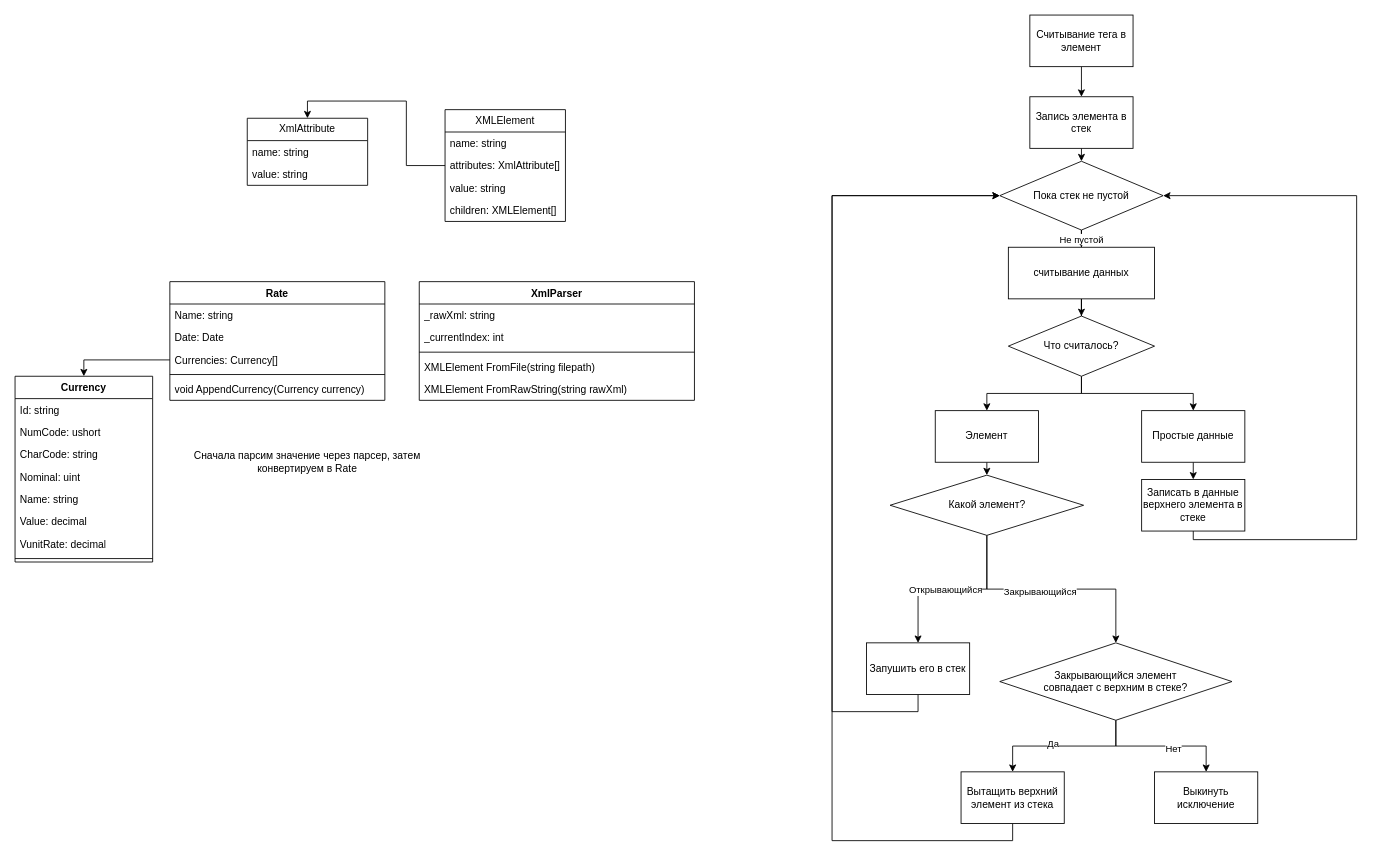
The draw.io diagram Cbr/docs/CbrArchitecture.drawio in alozhka/TLOnboarding, before the edit. Source tidied: cells renumbered, new cells numbered last; positions are measured from the earlier drawing's top-left corner, leaving out a move shared by most shapes. Both pictures are drawn from the tidied source at 86%, with x=0, y=0 at pixel (15, 15).
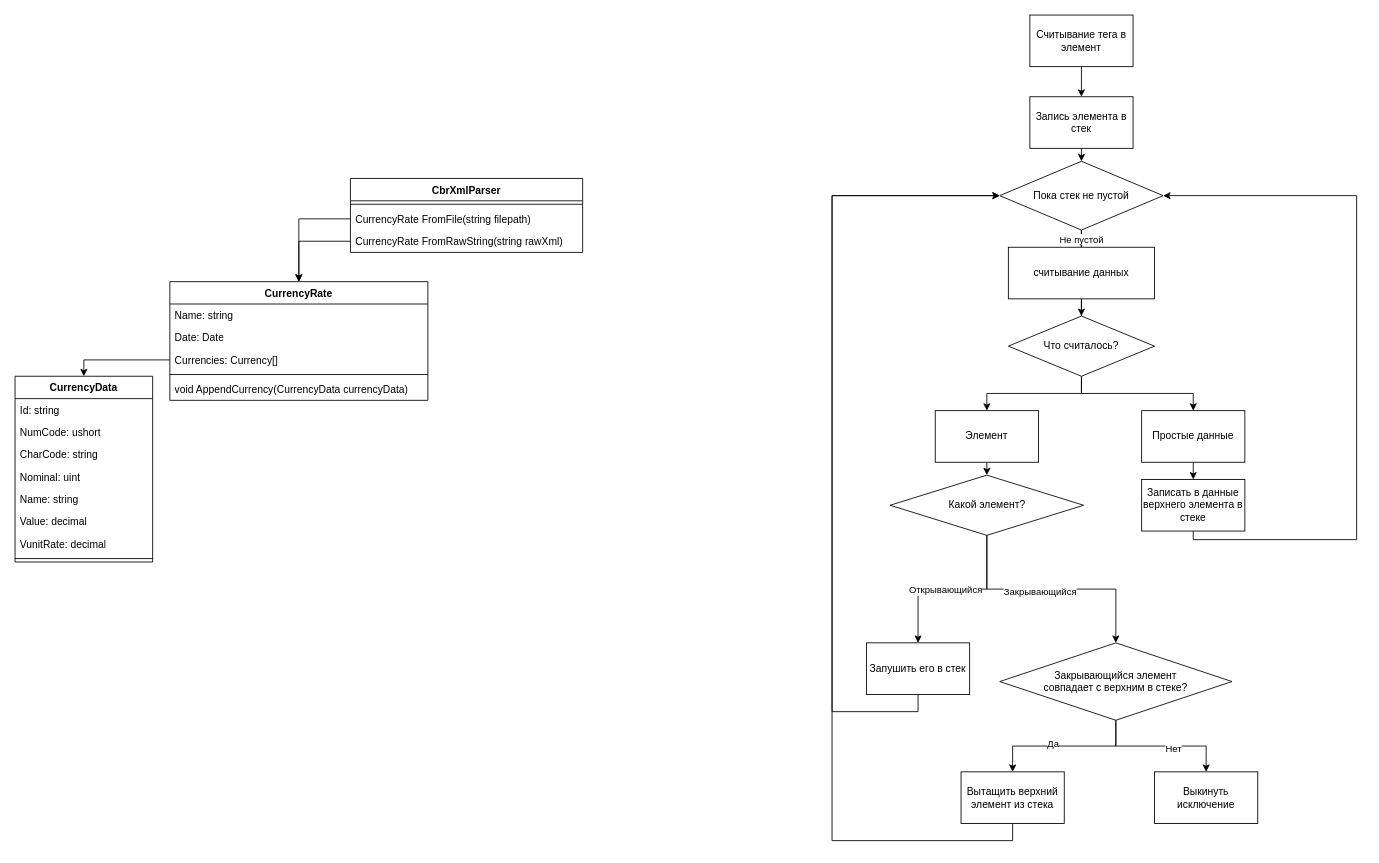
After the change.

Commit message (it also covers changes not shown here):
Сделал парсинг xml и конвертацию в CurrencyRate

What changed in the source:
```diff
@@
-    <mxCell id="2" value="Currency" style="swimlane;fontStyle=1;align=center;verticalAlign=top;horizontal=1;startSize=26;whiteSpace=wrap;html=1;" parent="1" vertex="1">
+    <mxCell id="2" value="CurrencyData" style="swimlane;fontStyle=1;align=center;verticalAlign=top;horizontal=1;startSize=26;whiteSpace=wrap;html=1;" parent="1" vertex="1">
       <mxGeometry y="420" width="160" height="216" as="geometry" />
     </mxCell>
@@
-    <mxCell id="11" value="Rate" style="swimlane;fontStyle=1;align=center;verticalAlign=top;horizontal=1;startSize=26;whiteSpace=wrap;html=1;" parent="1" vertex="1">
-      <mxGeometry x="180" y="310" width="250" height="138" as="geometry" />
+    <mxCell id="11" value="CurrencyRate" style="swimlane;fontStyle=1;align=center;verticalAlign=top;horizontal=1;startSize=26;whiteSpace=wrap;html=1;" parent="1" vertex="1">
+      <mxGeometry x="180" y="310" width="300" height="138" as="geometry" />
     </mxCell>
     <mxCell id="12" value="Name: string" style="text;strokeColor=none;fillColor=none;align=left;verticalAlign=top;spacingLeft=4;spacingRight=4;overflow=hidden;whiteSpace=wrap;html=1;" parent="11" vertex="1">
-      <mxGeometry y="26" width="250" height="26" as="geometry" />
+      <mxGeometry y="26" width="300" height="26" as="geometry" />
     </mxCell>
     <mxCell id="13" value="Date: Date" style="text;strokeColor=none;fillColor=none;align=left;verticalAlign=top;spacingLeft=4;spacingRight=4;overflow=hidden;whiteSpace=wrap;html=1;" parent="11" vertex="1">
-      <mxGeometry y="52" width="250" height="26" as="geometry" />
+      <mxGeometry y="52" width="300" height="26" as="geometry" />
     </mxCell>
     <mxCell id="14" value="Currencies: Currency[]" style="text;strokeColor=none;fillColor=none;align=left;verticalAlign=top;spacingLeft=4;spacingRight=4;overflow=hidden;points=[[0,0.5],[1,0.5]];portConstraint=eastwest;whiteSpace=wrap;html=1;" parent="11" vertex="1">
-      <mxGeometry y="78" width="250" height="26" as="geometry" />
+      <mxGeometry y="78" width="300" height="26" as="geometry" />
     </mxCell>
     <mxCell id="15" style="line;strokeWidth=1;fillColor=none;align=left;verticalAlign=middle;spacingTop=-1;spacingLeft=3;spacingRight=3;labelPosition=right;strokeColor=inherit;" parent="11" vertex="1">
-      <mxGeometry y="104" width="250" height="8" as="geometry" />
+      <mxGeometry y="104" width="300" height="8" as="geometry" />
     </mxCell>
-    <mxCell id="16" value="void AppendCurrency(Currency currency)" style="text;strokeColor=none;fillColor=none;align=left;verticalAlign=top;spacingLeft=4;spacingRight=4;overflow=hidden;whiteSpace=wrap;html=1;" parent="11" vertex="1">
-      <mxGeometry y="112" width="250" height="26" as="geometry" />
+    <mxCell id="16" value="void AppendCurrency(CurrencyData currencyData)" style="text;strokeColor=none;fillColor=none;align=left;verticalAlign=top;spacingLeft=4;spacingRight=4;overflow=hidden;whiteSpace=wrap;html=1;" parent="11" vertex="1">
+      <mxGeometry y="112" width="300" height="26" as="geometry" />
     </mxCell>
@@
-    <mxCell id="18" value="XmlParser" style="swimlane;fontStyle=1;align=center;verticalAlign=top;horizontal=1;startSize=26;whiteSpace=wrap;html=1;" parent="1" vertex="1">
-      <mxGeometry x="470" y="310" width="320" height="138" as="geometry" />
-    </mxCell>
-    <mxCell id="19" value="_rawXml: string" style="text;strokeColor=none;fillColor=none;align=left;verticalAlign=top;spacingLeft=4;spacingRight=4;overflow=hidden;whiteSpace=wrap;html=1;" parent="18" vertex="1">
-      <mxGeometry y="26" width="320" height="26" as="geometry" />
-    </mxCell>
-    <mxCell id="20" value="_currentIndex: int" style="text;strokeColor=none;fillColor=none;align=left;verticalAlign=top;spacingLeft=4;spacingRight=4;overflow=hidden;whiteSpace=wrap;html=1;" parent="18" vertex="1">
-      <mxGeometry y="52" width="320" height="26" as="geometry" />
-    </mxCell>
-    <mxCell id="21" style="line;strokeWidth=1;fillColor=none;align=left;verticalAlign=middle;spacingTop=-1;spacingLeft=3;spacingRight=3;labelPosition=right;strokeColor=inherit;" parent="18" vertex="1">
-      <mxGeometry y="78" width="320" height="8" as="geometry" />
-    </mxCell>
-    <mxCell id="22" value="XMLElement FromFile(string filepath)" style="text;strokeColor=none;fillColor=none;align=left;verticalAlign=top;spacingLeft=4;spacingRight=4;overflow=hidden;whiteSpace=wrap;html=1;" parent="18" vertex="1">
-      <mxGeometry y="86" width="320" height="26" as="geometry" />
-    </mxCell>
-    <mxCell id="23" value="XMLElement&amp;nbsp;FromRawString(string rawXml)&lt;span style=&quot;white-space: pre;&quot;&gt;&#9;&lt;/span&gt;" style="text;strokeColor=none;fillColor=none;align=left;verticalAlign=top;spacingLeft=4;spacingRight=4;overflow=hidden;whiteSpace=wrap;html=1;" parent="18" vertex="1">
-      <mxGeometry y="112" width="320" height="26" as="geometry" />
-    </mxCell>
-    <mxCell id="24" value="XMLElement" style="swimlane;fontStyle=0;horizontal=1;startSize=26;fillColor=none;whiteSpace=wrap;html=1;" parent="1" vertex="1">
-      <mxGeometry x="500" y="110" width="140" height="130" as="geometry" />
-    </mxCell>
-    <mxCell id="25" value="name: string" style="text;strokeColor=none;fillColor=none;align=left;verticalAlign=top;spacingLeft=4;spacingRight=4;overflow=hidden;whiteSpace=wrap;html=1;" parent="24" vertex="1">
-      <mxGeometry y="26" width="140" height="26" as="geometry" />
-    </mxCell>
-    <mxCell id="26" value="attributes: XmlAttribute[]" style="text;strokeColor=none;fillColor=none;align=left;verticalAlign=top;spacingLeft=4;spacingRight=4;overflow=hidden;points=[[0,0.5],[1,0.5]];portConstraint=eastwest;whiteSpace=wrap;html=1;" parent="24" vertex="1">
-      <mxGeometry y="52" width="140" height="26" as="geometry" />
-    </mxCell>
-    <mxCell id="27" value="value: string" style="text;strokeColor=none;fillColor=none;align=left;verticalAlign=top;spacingLeft=4;spacingRight=4;overflow=hidden;whiteSpace=wrap;html=1;" parent="24" vertex="1">
-      <mxGeometry y="78" width="140" height="26" as="geometry" />
-    </mxCell>
-    <mxCell id="28" value="children: XMLElement[]" style="text;strokeColor=none;fillColor=none;align=left;verticalAlign=top;spacingLeft=4;spacingRight=4;overflow=hidden;whiteSpace=wrap;html=1;" parent="24" vertex="1">
-      <mxGeometry y="104" width="140" height="26" as="geometry" />
-    </mxCell>
-    <mxCell id="29" value="XmlAttribute" style="swimlane;fontStyle=0;horizontal=1;startSize=26;fillColor=none;whiteSpace=wrap;html=1;" parent="1" vertex="1">
-      <mxGeometry x="270" y="120" width="140" height="78" as="geometry" />
-    </mxCell>
-    <mxCell id="30" value="name: string" style="text;strokeColor=none;fillColor=none;align=left;verticalAlign=top;spacingLeft=4;spacingRight=4;overflow=hidden;whiteSpace=wrap;html=1;" parent="29" vertex="1">
-      <mxGeometry y="26" width="140" height="26" as="geometry" />
-    </mxCell>
-    <mxCell id="31" value="value: string" style="text;strokeColor=none;fillColor=none;align=left;verticalAlign=top;spacingLeft=4;spacingRight=4;overflow=hidden;whiteSpace=wrap;html=1;" parent="29" vertex="1">
-      <mxGeometry y="52" width="140" height="26" as="geometry" />
-    </mxCell>
-    <mxCell id="32" style="edgeStyle=orthogonalEdgeStyle;rounded=0;jettySize=auto;html=1;exitX=0;exitY=0.5;exitDx=0;exitDy=0;entryX=0.5;entryY=0;entryDx=0;entryDy=0;" parent="1" edge="1" source="26" target="29">
-      <mxGeometry relative="1" as="geometry" />
-    </mxCell>
-    <mxCell id="33" value="Сначала парсим значение через парсер, затем конвертируем в Rate" style="text;html=1;align=center;verticalAlign=middle;whiteSpace=wrap;rounded=0;" parent="1" vertex="1">
-      <mxGeometry x="180" y="480" width="320" height="80" as="geometry" />
-    </mxCell>
@@
+    <mxCell id="67" value="CbrXmlParser" style="swimlane;fontStyle=1;align=center;verticalAlign=top;horizontal=1;startSize=26;whiteSpace=wrap;html=1;" parent="1" vertex="1">
+      <mxGeometry x="390" y="190" width="270" height="86" as="geometry" />
+    </mxCell>
+    <mxCell id="68" style="line;strokeWidth=1;fillColor=none;align=left;verticalAlign=middle;spacingTop=-1;spacingLeft=3;spacingRight=3;labelPosition=right;strokeColor=inherit;" parent="67" vertex="1">
+      <mxGeometry y="26" width="270" height="8" as="geometry" />
+    </mxCell>
+    <mxCell id="69" value="CurrencyRate FromFile(string filepath)" style="text;strokeColor=none;fillColor=none;align=left;verticalAlign=top;spacingLeft=4;spacingRight=4;overflow=hidden;points=[[0,0.5],[1,0.5]];portConstraint=eastwest;whiteSpace=wrap;html=1;" parent="67" vertex="1">
+      <mxGeometry y="34" width="270" height="26" as="geometry" />
+    </mxCell>
+    <mxCell id="70" value="CurrencyRate FromRawString(string rawXml)" style="text;strokeColor=none;fillColor=none;align=left;verticalAlign=top;spacingLeft=4;spacingRight=4;overflow=hidden;points=[[0,0.5],[1,0.5]];portConstraint=eastwest;whiteSpace=wrap;html=1;" parent="67" vertex="1">
+      <mxGeometry y="60" width="270" height="26" as="geometry" />
+    </mxCell>
+    <mxCell id="71" style="edgeStyle=orthogonalEdgeStyle;rounded=0;jettySize=auto;html=1;exitX=0;exitY=0.5;exitDx=0;exitDy=0;entryX=0.5;entryY=0;entryDx=0;entryDy=0;" parent="1" edge="1" source="69" target="11">
+      <mxGeometry relative="1" as="geometry" />
+    </mxCell>
+    <mxCell id="72" style="edgeStyle=orthogonalEdgeStyle;rounded=0;jettySize=auto;html=1;exitX=0;exitY=0.5;exitDx=0;exitDy=0;entryX=0.5;entryY=0;entryDx=0;entryDy=0;" parent="1" edge="1" source="70" target="11">
+      <mxGeometry relative="1" as="geometry" />
+    </mxCell>
```
